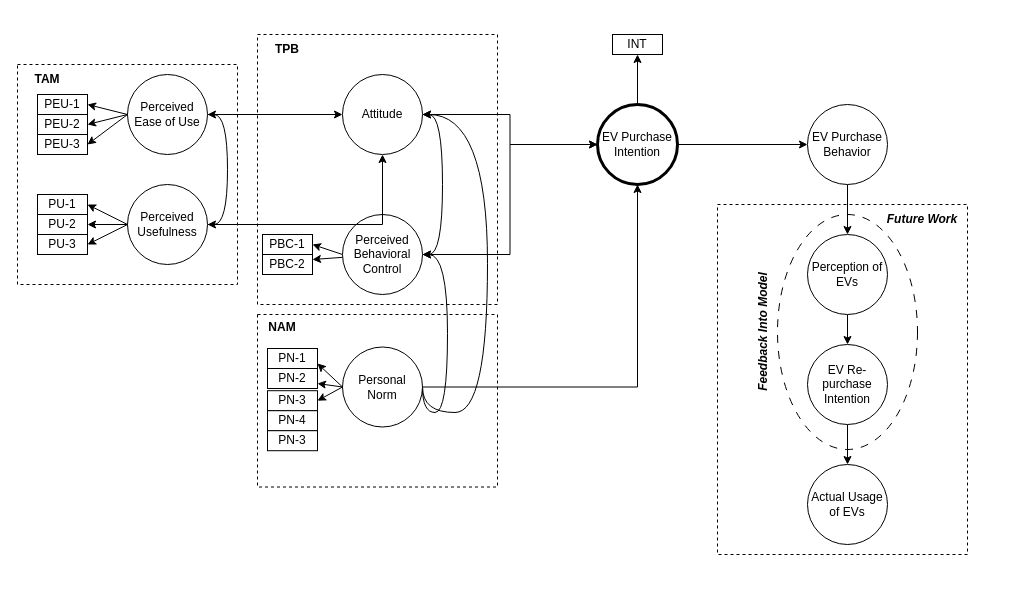
Above: research_framework_2.drawio in ChullEPG/taxi-survey (draw.io), before the change. Source tidied: cells renumbered, new cells numbered last; positions are measured from the earlier drawing's top-left corner, leaving out a move shared by most shapes. Both pictures are drawn from the tidied source at 100%, with x=0, y=0 at pixel (17, 34).
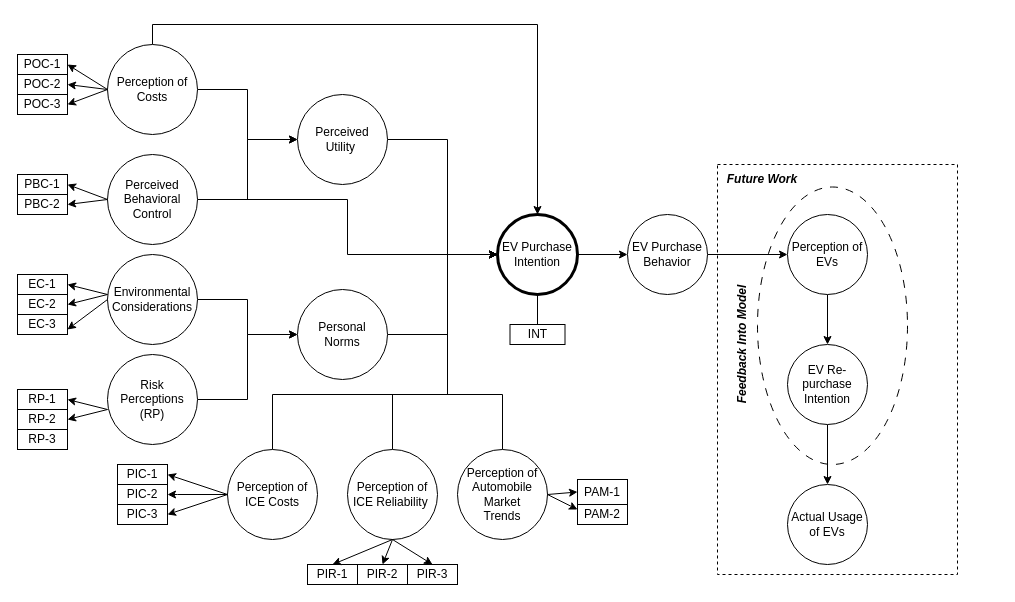
The same page after the edit.

What changed in the source:
```diff
@@
-    <mxCell id="2" style="rounded=0;whiteSpace=wrap;html=1;fillColor=none;dashed=1;" parent="1" vertex="1">
-      <mxGeometry x="240" width="240" height="270" as="geometry" />
-    </mxCell>
-    <mxCell id="3" style="rounded=0;whiteSpace=wrap;html=1;fillColor=none;dashed=1;" parent="1" vertex="1">
-      <mxGeometry y="30" width="220" height="220" as="geometry" />
-    </mxCell>
-    <mxCell id="4" style="rounded=0;whiteSpace=wrap;html=1;fillColor=none;dashed=1;" parent="1" vertex="1">
-      <mxGeometry x="240" y="280" width="240" height="172.5" as="geometry" />
-    </mxCell>
     <mxCell id="5" style="ellipse;whiteSpace=wrap;html=1;dashed=1;dashPattern=8 8;fillColor=none;" parent="1" vertex="1">
-      <mxGeometry x="760" y="180" width="140" height="235" as="geometry" />
+      <mxGeometry x="740" y="152.5" width="150" height="277.5" as="geometry" />
     </mxCell>
     <mxCell id="6" style="whiteSpace=wrap;html=1;fillColor=none;dashed=1;" parent="1" vertex="1">
-      <mxGeometry x="700" y="170" width="250" height="350" as="geometry" />
+      <mxGeometry x="700" y="130" width="240" height="410" as="geometry" />
     </mxCell>
-    <mxCell id="7" style="edgeStyle=orthogonalEdgeStyle;rounded=0;jettySize=auto;html=1;" parent="1" edge="1" source="9" target="30">
-      <mxGeometry relative="1" as="geometry" />
+    <mxCell id="7" style="edgeStyle=orthogonalEdgeStyle;rounded=0;jettySize=auto;html=1;entryX=0;entryY=0.5;entryDx=0;entryDy=0;" parent="1" edge="1" source="9" target="30">
+      <mxGeometry relative="1" as="geometry">
+        <Array as="points">
+          <mxPoint x="430" y="105" />
+          <mxPoint x="430" y="220" />
+        </Array>
+      </mxGeometry>
     </mxCell>
-    <mxCell id="8" style="edgeStyle=orthogonalEdgeStyle;curved=1;rounded=0;jettySize=auto;html=1;exitX=1;exitY=0.5;exitDx=0;exitDy=0;entryX=1;entryY=0.5;entryDx=0;entryDy=0;startArrow=classic;startFill=1;" parent="1" edge="1" source="9" target="11">
-      <mxGeometry relative="1" as="geometry" />
-    </mxCell>
-    <mxCell id="9" value="Attitude" style="ellipse;whiteSpace=wrap;html=1;" parent="1" vertex="1">
-      <mxGeometry x="325" y="40" width="80" height="80" as="geometry" />
+    <mxCell id="9" value="Perceived Utility&amp;nbsp;" style="ellipse;whiteSpace=wrap;html=1;" parent="1" vertex="1">
+      <mxGeometry x="280" y="60" width="90" height="90" as="geometry" />
     </mxCell>
-    <mxCell id="10" style="edgeStyle=orthogonalEdgeStyle;rounded=0;jettySize=auto;html=1;entryX=0;entryY=0.5;entryDx=0;entryDy=0;" parent="1" edge="1" source="11" target="30">
-      <mxGeometry relative="1" as="geometry" />
-    </mxCell>
-    <mxCell id="11" value="Perceived Behavioral Control" style="ellipse;whiteSpace=wrap;html=1;" parent="1" vertex="1">
-      <mxGeometry x="325" y="180" width="80" height="80" as="geometry" />
-    </mxCell>
-    <mxCell id="12" style="edgeStyle=orthogonalEdgeStyle;rounded=0;jettySize=auto;html=1;" parent="1" edge="1" source="15" target="30">
-      <mxGeometry relative="1" as="geometry" />
+    <mxCell id="12" style="edgeStyle=orthogonalEdgeStyle;rounded=0;jettySize=auto;html=1;entryX=0;entryY=0.5;entryDx=0;entryDy=0;" parent="1" edge="1" source="15" target="30">
+      <mxGeometry relative="1" as="geometry">
+        <Array as="points">
+          <mxPoint x="430" y="300" />
+          <mxPoint x="430" y="220" />
+        </Array>
+      </mxGeometry>
     </mxCell>
-    <mxCell id="13" style="edgeStyle=orthogonalEdgeStyle;curved=1;rounded=0;jettySize=auto;html=1;exitX=1;exitY=0.5;exitDx=0;exitDy=0;entryX=1;entryY=0.5;entryDx=0;entryDy=0;" parent="1" edge="1" source="15" target="9">
-      <mxGeometry relative="1" as="geometry">
-        <Array as="points">
-          <mxPoint x="470" y="378" />
-          <mxPoint x="470" y="80" />
-        </Array>
-      </mxGeometry>
-    </mxCell>
-    <mxCell id="14" style="edgeStyle=orthogonalEdgeStyle;curved=1;rounded=0;jettySize=auto;html=1;exitX=1;exitY=0.5;exitDx=0;exitDy=0;entryX=1;entryY=0.5;entryDx=0;entryDy=0;" parent="1" edge="1" source="15" target="11">
-      <mxGeometry relative="1" as="geometry">
-        <Array as="points">
-          <mxPoint x="430" y="378" />
-          <mxPoint x="430" y="220" />
-        </Array>
-      </mxGeometry>
-    </mxCell>
-    <mxCell id="15" value="Personal Norm" style="ellipse;whiteSpace=wrap;html=1;" parent="1" vertex="1">
-      <mxGeometry x="325" y="312.5" width="80" height="80" as="geometry" />
+    <mxCell id="15" value="Personal &lt;br&gt;Norms" style="ellipse;whiteSpace=wrap;html=1;" parent="1" vertex="1">
+      <mxGeometry x="280" y="255" width="90" height="90" as="geometry" />
     </mxCell>
@@
-    <mxCell id="17" style="edgeStyle=orthogonalEdgeStyle;curved=1;rounded=0;jettySize=auto;html=1;exitX=1;exitY=0.5;exitDx=0;exitDy=0;entryX=1;entryY=0.5;entryDx=0;entryDy=0;startArrow=classic;startFill=1;" parent="1" edge="1" source="18" target="41">
-      <mxGeometry relative="1" as="geometry" />
-    </mxCell>
+    <mxCell id="61" style="edgeStyle=orthogonalEdgeStyle;rounded=0;jettySize=auto;html=1;exitX=0.5;exitY=0;exitDx=0;exitDy=0;" parent="1" edge="1" source="18" target="30">
+      <mxGeometry relative="1" as="geometry" />
+    </mxCell>
-    <mxCell id="18" value="Perceived Ease of Use" style="ellipse;whiteSpace=wrap;html=1;" parent="1" vertex="1">
-      <mxGeometry x="110" y="40" width="80" height="80" as="geometry" />
+    <mxCell id="18" value="Perception of Costs" style="ellipse;whiteSpace=wrap;html=1;" parent="1" vertex="1">
+      <mxGeometry x="90" y="10" width="90" height="90" as="geometry" />
     </mxCell>
     <mxCell id="19" value="PBC-1" style="rounded=0;whiteSpace=wrap;html=1;" parent="1" vertex="1">
-      <mxGeometry x="245" y="200" width="50" height="20" as="geometry" />
+      <mxGeometry y="140" width="50" height="20" as="geometry" />
     </mxCell>
     <mxCell id="20" value="PBC-2" style="rounded=0;whiteSpace=wrap;html=1;" parent="1" vertex="1">
-      <mxGeometry x="245" y="220" width="50" height="20" as="geometry" />
+      <mxGeometry y="160" width="50" height="20" as="geometry" />
     </mxCell>
-    <mxCell id="21" value="PN-1" style="rounded=0;whiteSpace=wrap;html=1;" parent="1" vertex="1">
-      <mxGeometry x="250" y="314" width="50" height="20" as="geometry" />
-    </mxCell>
-    <mxCell id="22" value="PN-2" style="rounded=0;whiteSpace=wrap;html=1;" parent="1" vertex="1">
-      <mxGeometry x="250" y="334" width="50" height="20" as="geometry" />
-    </mxCell>
-    <mxCell id="23" value="PN-3" style="rounded=0;whiteSpace=wrap;html=1;" parent="1" vertex="1">
-      <mxGeometry x="250" y="356.2" width="50" height="20" as="geometry" />
-    </mxCell>
-    <mxCell id="24" style="endArrow=classic;html=1;rounded=0;entryX=1;entryY=0.25;entryDx=0;entryDy=0;" parent="1" edge="1" source="11" target="20">
-      <mxGeometry relative="1" as="geometry" />
-    </mxCell>
-    <mxCell id="25" style="endArrow=classic;html=1;rounded=0;entryX=1;entryY=0.5;entryDx=0;entryDy=0;exitX=0;exitY=0.5;exitDx=0;exitDy=0;" parent="1" edge="1" source="11" target="19">
-      <mxGeometry relative="1" as="geometry" />
-    </mxCell>
-    <mxCell id="26" style="endArrow=classic;html=1;rounded=0;entryX=1;entryY=0.75;entryDx=0;entryDy=0;exitX=0;exitY=0.5;exitDx=0;exitDy=0;" parent="1" edge="1" source="15" target="22">
-      <mxGeometry relative="1" as="geometry" />
-    </mxCell>
-    <mxCell id="27" style="endArrow=classic;html=1;rounded=0;entryX=1;entryY=0.75;entryDx=0;entryDy=0;exitX=0;exitY=0.5;exitDx=0;exitDy=0;" parent="1" edge="1" source="15" target="21">
-      <mxGeometry relative="1" as="geometry" />
-    </mxCell>
-    <mxCell id="28" style="endArrow=classic;html=1;rounded=0;exitX=0;exitY=0.5;exitDx=0;exitDy=0;entryX=1;entryY=0.5;entryDx=0;entryDy=0;" parent="1" edge="1" source="15" target="23">
-      <mxGeometry relative="1" as="geometry" />
-    </mxCell>
@@
     <mxCell id="30" value="EV Purchase Intention" style="ellipse;whiteSpace=wrap;html=1;strokeWidth=3;" parent="1" vertex="1">
-      <mxGeometry x="580" y="70" width="80" height="80" as="geometry" />
+      <mxGeometry x="480" y="180" width="80" height="80" as="geometry" />
     </mxCell>
@@
     <mxCell id="32" value="EV Purchase Behavior" style="ellipse;whiteSpace=wrap;html=1;" parent="1" vertex="1">
-      <mxGeometry x="790" y="70" width="80" height="80" as="geometry" />
+      <mxGeometry x="610" y="180" width="80" height="80" as="geometry" />
     </mxCell>
     <mxCell id="33" value="&lt;b&gt;&lt;i&gt;Future Work&lt;/i&gt;&lt;/b&gt;" style="text;strokeColor=none;align=center;fillColor=none;html=1;verticalAlign=middle;whiteSpace=wrap;rounded=0;" parent="1" vertex="1">
-      <mxGeometry x="830" y="170" width="150" height="30" as="geometry" />
+      <mxGeometry x="670" y="130" width="150" height="30" as="geometry" />
     </mxCell>
@@
     <mxCell id="35" value="Perception of EVs" style="ellipse;whiteSpace=wrap;html=1;" parent="1" vertex="1">
-      <mxGeometry x="790" y="200" width="80" height="80" as="geometry" />
+      <mxGeometry x="770" y="180" width="80" height="80" as="geometry" />
     </mxCell>
@@
     <mxCell id="37" value="EV Re-purchase Intention" style="ellipse;whiteSpace=wrap;html=1;" parent="1" vertex="1">
-      <mxGeometry x="790" y="310" width="80" height="80" as="geometry" />
+      <mxGeometry x="770" y="310" width="80" height="80" as="geometry" />
     </mxCell>
     <mxCell id="38" value="Actual Usage of EVs" style="ellipse;whiteSpace=wrap;html=1;" parent="1" vertex="1">
-      <mxGeometry x="790" y="430" width="80" height="80" as="geometry" />
+      <mxGeometry x="770" y="450" width="80" height="80" as="geometry" />
     </mxCell>
     <mxCell id="39" value="&lt;b&gt;&lt;i&gt;Feedback Into Model&lt;/i&gt;&lt;/b&gt;" style="text;strokeColor=none;align=center;fillColor=none;html=1;verticalAlign=middle;whiteSpace=wrap;rounded=0;rotation=-90;" parent="1" vertex="1">
-      <mxGeometry x="670" y="287.5" width="150" height="20" as="geometry" />
+      <mxGeometry x="650" y="300" width="150" height="20" as="geometry" />
     </mxCell>
@@
+    <mxCell id="62" style="edgeStyle=orthogonalEdgeStyle;rounded=0;jettySize=auto;html=1;" parent="1" edge="1" source="41" target="30">
+      <mxGeometry relative="1" as="geometry" />
+    </mxCell>
-    <mxCell id="41" value="Perceived Usefulness" style="ellipse;whiteSpace=wrap;html=1;" parent="1" vertex="1">
-      <mxGeometry x="110" y="150" width="80" height="80" as="geometry" />
+    <mxCell id="41" value="Perceived Behavioral Control" style="ellipse;whiteSpace=wrap;html=1;" parent="1" vertex="1">
+      <mxGeometry x="90" y="120" width="90" height="90" as="geometry" />
     </mxCell>
-    <mxCell id="42" value="PU-2" style="rounded=0;whiteSpace=wrap;html=1;" parent="1" vertex="1">
-      <mxGeometry x="20" y="180" width="50" height="20" as="geometry" />
-    </mxCell>
-    <mxCell id="43" value="PU-3" style="rounded=0;whiteSpace=wrap;html=1;" parent="1" vertex="1">
-      <mxGeometry x="20" y="200" width="50" height="20" as="geometry" />
-    </mxCell>
-    <mxCell id="44" value="PEU-1" style="rounded=0;whiteSpace=wrap;html=1;" parent="1" vertex="1">
-      <mxGeometry x="20" y="60" width="50" height="20" as="geometry" />
+    <mxCell id="44" value="POC-1" style="rounded=0;whiteSpace=wrap;html=1;" parent="1" vertex="1">
+      <mxGeometry y="20" width="50" height="20" as="geometry" />
     </mxCell>
-    <mxCell id="45" value="PEU-2" style="rounded=0;whiteSpace=wrap;html=1;" parent="1" vertex="1">
-      <mxGeometry x="20" y="80" width="50" height="20" as="geometry" />
+    <mxCell id="45" value="POC-2" style="rounded=0;whiteSpace=wrap;html=1;" parent="1" vertex="1">
+      <mxGeometry y="40" width="50" height="20" as="geometry" />
     </mxCell>
-    <mxCell id="46" value="PEU-3" style="rounded=0;whiteSpace=wrap;html=1;" parent="1" vertex="1">
-      <mxGeometry x="20" y="100" width="50" height="20" as="geometry" />
+    <mxCell id="46" value="POC-3" style="rounded=0;whiteSpace=wrap;html=1;" parent="1" vertex="1">
+      <mxGeometry y="60" width="50" height="20" as="geometry" />
     </mxCell>
@@
-    <mxCell id="49" style="endArrow=classic;html=1;rounded=0;exitX=0;exitY=0.5;exitDx=0;exitDy=0;entryX=1;entryY=0.5;entryDx=0;entryDy=0;" parent="1" edge="1" source="41" target="42">
+    <mxCell id="49" style="endArrow=classic;html=1;rounded=0;exitX=0;exitY=0.5;exitDx=0;exitDy=0;entryX=1;entryY=0.5;entryDx=0;entryDy=0;" parent="1" edge="1" source="41" target="20">
       <mxGeometry relative="1" as="geometry" />
     </mxCell>
-    <mxCell id="50" style="endArrow=classic;html=1;rounded=0;exitX=0;exitY=0.5;exitDx=0;exitDy=0;entryX=1;entryY=0.5;entryDx=0;entryDy=0;" parent="1" edge="1" source="41" target="43">
-      <mxGeometry relative="1" as="geometry" />
-    </mxCell>
-    <mxCell id="51" value="&lt;b&gt;TPB&lt;/b&gt;" style="text;strokeColor=none;align=center;fillColor=none;html=1;verticalAlign=middle;whiteSpace=wrap;rounded=0;" parent="1" vertex="1">
-      <mxGeometry x="240" width="60" height="30" as="geometry" />
-    </mxCell>
-    <mxCell id="52" value="&lt;b&gt;TAM&lt;/b&gt;" style="text;strokeColor=none;align=center;fillColor=none;html=1;verticalAlign=middle;whiteSpace=wrap;rounded=0;" parent="1" vertex="1">
-      <mxGeometry y="30" width="60" height="30" as="geometry" />
-    </mxCell>
-    <mxCell id="53" value="&lt;b&gt;NAM&lt;/b&gt;" style="text;strokeColor=none;align=center;fillColor=none;html=1;verticalAlign=middle;whiteSpace=wrap;rounded=0;" parent="1" vertex="1">
-      <mxGeometry x="235" y="277.5" width="60" height="30" as="geometry" />
-    </mxCell>
-    <mxCell id="54" value="PN-4" style="rounded=0;whiteSpace=wrap;html=1;" parent="1" vertex="1">
-      <mxGeometry x="250" y="376.2" width="50" height="20" as="geometry" />
-    </mxCell>
-    <mxCell id="55" value="PN-3" style="rounded=0;whiteSpace=wrap;html=1;" parent="1" vertex="1">
-      <mxGeometry x="250" y="396.2" width="50" height="20" as="geometry" />
-    </mxCell>
@@
-    <mxCell id="57" style="endArrow=classic;html=1;rounded=0;exitX=0.5;exitY=0;exitDx=0;exitDy=0;" parent="1" edge="1" source="30">
-      <mxGeometry relative="1" as="geometry">
-        <mxPoint x="620" y="20" as="targetPoint" />
-      </mxGeometry>
+    <mxCell id="57" style="endArrow=classic;html=1;rounded=0;exitX=0.5;exitY=1;exitDx=0;exitDy=0;entryX=0.5;entryY=1;entryDx=0;entryDy=0;" parent="1" edge="1" source="30" target="58">
+      <mxGeometry relative="1" as="geometry" />
     </mxCell>
     <mxCell id="58" value="INT" style="rounded=0;whiteSpace=wrap;html=1;" parent="1" vertex="1">
-      <mxGeometry x="595" width="50" height="20" as="geometry" />
+      <mxGeometry x="492.5" y="290" width="55" height="20" as="geometry" />
     </mxCell>
-    <mxCell id="59" value="PU-1" style="rounded=0;whiteSpace=wrap;html=1;" parent="1" vertex="1">
-      <mxGeometry x="20" y="160" width="50" height="20" as="geometry" />
-    </mxCell>
-    <mxCell id="60" style="endArrow=classic;html=1;rounded=0;exitX=0;exitY=0.5;exitDx=0;exitDy=0;entryX=1;entryY=0.5;entryDx=0;entryDy=0;" parent="1" edge="1" source="41" target="59">
+    <mxCell id="60" style="endArrow=classic;html=1;rounded=0;exitX=0;exitY=0.5;exitDx=0;exitDy=0;entryX=1;entryY=0.5;entryDx=0;entryDy=0;" parent="1" edge="1" source="41" target="19">
       <mxGeometry relative="1" as="geometry" />
     </mxCell>
+    <mxCell id="63" style="edgeStyle=orthogonalEdgeStyle;rounded=0;jettySize=auto;html=1;entryX=0;entryY=0.5;entryDx=0;entryDy=0;" parent="1" edge="1" source="64" target="15">
+      <mxGeometry relative="1" as="geometry" />
+    </mxCell>
+    <mxCell id="64" value="Environmental Considerations" style="ellipse;whiteSpace=wrap;html=1;" parent="1" vertex="1">
+      <mxGeometry x="90" y="220" width="90" height="90" as="geometry" />
+    </mxCell>
+    <mxCell id="65" style="edgeStyle=orthogonalEdgeStyle;rounded=0;jettySize=auto;html=1;entryX=0;entryY=0.5;entryDx=0;entryDy=0;" parent="1" edge="1" source="66" target="15">
+      <mxGeometry relative="1" as="geometry" />
+    </mxCell>
+    <mxCell id="66" value="Risk Perceptions (RP)" style="ellipse;whiteSpace=wrap;html=1;" parent="1" vertex="1">
+      <mxGeometry x="90" y="320" width="90" height="90" as="geometry" />
+    </mxCell>
+    <mxCell id="67" value="EC-1" style="rounded=0;whiteSpace=wrap;html=1;" parent="1" vertex="1">
+      <mxGeometry y="240" width="50" height="20" as="geometry" />
+    </mxCell>
+    <mxCell id="68" value="EC-2" style="rounded=0;whiteSpace=wrap;html=1;" parent="1" vertex="1">
+      <mxGeometry y="260" width="50" height="20" as="geometry" />
+    </mxCell>
+    <mxCell id="69" style="endArrow=classic;html=1;rounded=0;exitX=0;exitY=0.5;exitDx=0;exitDy=0;entryX=1;entryY=0.5;entryDx=0;entryDy=0;" parent="1" edge="1" target="68">
+      <mxGeometry relative="1" as="geometry">
+        <mxPoint x="90" y="260" as="sourcePoint" />
+      </mxGeometry>
+    </mxCell>
+    <mxCell id="70" style="endArrow=classic;html=1;rounded=0;exitX=0;exitY=0.5;exitDx=0;exitDy=0;entryX=1;entryY=0.5;entryDx=0;entryDy=0;" parent="1" edge="1" target="67">
+      <mxGeometry relative="1" as="geometry">
+        <mxPoint x="90" y="260" as="sourcePoint" />
+      </mxGeometry>
+    </mxCell>
+    <mxCell id="71" value="RP-1" style="rounded=0;whiteSpace=wrap;html=1;" parent="1" vertex="1">
+      <mxGeometry y="355" width="50" height="20" as="geometry" />
+    </mxCell>
+    <mxCell id="72" value="RP-2" style="rounded=0;whiteSpace=wrap;html=1;" parent="1" vertex="1">
+      <mxGeometry y="375" width="50" height="20" as="geometry" />
+    </mxCell>
+    <mxCell id="73" style="endArrow=classic;html=1;rounded=0;exitX=0;exitY=0.5;exitDx=0;exitDy=0;entryX=1;entryY=0.5;entryDx=0;entryDy=0;" parent="1" edge="1" target="72">
+      <mxGeometry relative="1" as="geometry">
+        <mxPoint x="90" y="375" as="sourcePoint" />
+      </mxGeometry>
+    </mxCell>
+    <mxCell id="74" style="endArrow=classic;html=1;rounded=0;exitX=0;exitY=0.5;exitDx=0;exitDy=0;entryX=1;entryY=0.5;entryDx=0;entryDy=0;" parent="1" edge="1" target="71">
+      <mxGeometry relative="1" as="geometry">
+        <mxPoint x="90" y="375" as="sourcePoint" />
+      </mxGeometry>
+    </mxCell>
+    <mxCell id="75" value="EC-3" style="rounded=0;whiteSpace=wrap;html=1;" parent="1" vertex="1">
+      <mxGeometry y="280" width="50" height="20" as="geometry" />
+    </mxCell>
+    <mxCell id="76" style="endArrow=classic;html=1;rounded=0;exitX=0;exitY=0.5;exitDx=0;exitDy=0;entryX=1;entryY=0.75;entryDx=0;entryDy=0;" parent="1" edge="1" source="64" target="75">
+      <mxGeometry relative="1" as="geometry" />
+    </mxCell>
+    <mxCell id="77" style="edgeStyle=orthogonalEdgeStyle;rounded=0;jettySize=auto;html=1;entryX=0;entryY=0.5;entryDx=0;entryDy=0;" parent="1" edge="1" source="78" target="30">
+      <mxGeometry relative="1" as="geometry">
+        <Array as="points">
+          <mxPoint x="485" y="360" />
+          <mxPoint x="430" y="360" />
+          <mxPoint x="430" y="220" />
+        </Array>
+      </mxGeometry>
+    </mxCell>
+    <mxCell id="78" value="Perception of Automobile Market &lt;br&gt;Trends" style="ellipse;whiteSpace=wrap;html=1;" parent="1" vertex="1">
+      <mxGeometry x="440" y="415" width="90" height="90" as="geometry" />
+    </mxCell>
+    <mxCell id="79" style="edgeStyle=orthogonalEdgeStyle;rounded=0;jettySize=auto;html=1;entryX=0;entryY=0.5;entryDx=0;entryDy=0;" parent="1" edge="1" source="80" target="30">
+      <mxGeometry relative="1" as="geometry">
+        <Array as="points">
+          <mxPoint x="375" y="360" />
+          <mxPoint x="430" y="360" />
+          <mxPoint x="430" y="220" />
+        </Array>
+      </mxGeometry>
+    </mxCell>
+    <mxCell id="80" value="Perception of ICE Reliability&amp;nbsp;" style="ellipse;whiteSpace=wrap;html=1;" parent="1" vertex="1">
+      <mxGeometry x="330" y="415" width="90" height="90" as="geometry" />
+    </mxCell>
+    <mxCell id="81" style="edgeStyle=orthogonalEdgeStyle;rounded=0;jettySize=auto;html=1;" parent="1" edge="1" source="82">
+      <mxGeometry relative="1" as="geometry">
+        <mxPoint x="480" y="220" as="targetPoint" />
+        <Array as="points">
+          <mxPoint x="255" y="360" />
+          <mxPoint x="430" y="360" />
+          <mxPoint x="430" y="220" />
+        </Array>
+      </mxGeometry>
+    </mxCell>
+    <mxCell id="82" value="Perception of ICE Costs" style="ellipse;whiteSpace=wrap;html=1;" parent="1" vertex="1">
+      <mxGeometry x="210" y="415" width="90" height="90" as="geometry" />
+    </mxCell>
+    <mxCell id="83" value="PIC-2" style="rounded=0;whiteSpace=wrap;html=1;" parent="1" vertex="1">
+      <mxGeometry x="100" y="450" width="50" height="20" as="geometry" />
+    </mxCell>
+    <mxCell id="84" value="PIC-1" style="rounded=0;whiteSpace=wrap;html=1;" parent="1" vertex="1">
+      <mxGeometry x="100" y="430" width="50" height="20" as="geometry" />
+    </mxCell>
+    <mxCell id="85" style="endArrow=classic;html=1;rounded=0;exitX=0;exitY=0.5;exitDx=0;exitDy=0;" parent="1" edge="1" source="82">
+      <mxGeometry relative="1" as="geometry">
+        <mxPoint x="150" y="460" as="targetPoint" />
+        <Array as="points">
+          <mxPoint x="160" y="460" />
+        </Array>
+      </mxGeometry>
+    </mxCell>
+    <mxCell id="86" style="endArrow=classic;html=1;rounded=0;exitX=0;exitY=0.5;exitDx=0;exitDy=0;" parent="1" edge="1" source="82">
+      <mxGeometry relative="1" as="geometry">
+        <mxPoint x="150" y="440" as="targetPoint" />
+      </mxGeometry>
+    </mxCell>
+    <mxCell id="87" value="PIC-3" style="rounded=0;whiteSpace=wrap;html=1;" parent="1" vertex="1">
+      <mxGeometry x="100" y="470" width="50" height="20" as="geometry" />
+    </mxCell>
+    <mxCell id="88" style="endArrow=classic;html=1;rounded=0;entryX=1;entryY=0.5;entryDx=0;entryDy=0;" parent="1" edge="1" target="87">
+      <mxGeometry relative="1" as="geometry">
+        <mxPoint x="210" y="460" as="sourcePoint" />
+      </mxGeometry>
+    </mxCell>
+    <mxCell id="89" value="PIR-2" style="rounded=0;whiteSpace=wrap;html=1;" parent="1" vertex="1">
+      <mxGeometry x="340" y="530" width="50" height="20" as="geometry" />
+    </mxCell>
+    <mxCell id="90" value="PIR-1" style="rounded=0;whiteSpace=wrap;html=1;" parent="1" vertex="1">
+      <mxGeometry x="290" y="530" width="50" height="20" as="geometry" />
+    </mxCell>
+    <mxCell id="91" value="PIR-3" style="rounded=0;whiteSpace=wrap;html=1;" parent="1" vertex="1">
+      <mxGeometry x="390" y="530" width="50" height="20" as="geometry" />
+    </mxCell>
+    <mxCell id="92" style="endArrow=classic;html=1;rounded=0;exitX=0.5;exitY=1;exitDx=0;exitDy=0;entryX=0.5;entryY=0;entryDx=0;entryDy=0;" parent="1" edge="1" source="80" target="91">
+      <mxGeometry relative="1" as="geometry" />
+    </mxCell>
+    <mxCell id="93" style="endArrow=classic;html=1;rounded=0;entryX=0.5;entryY=0;entryDx=0;entryDy=0;exitX=0.5;exitY=1;exitDx=0;exitDy=0;" parent="1" edge="1" source="80" target="89">
+      <mxGeometry relative="1" as="geometry" />
+    </mxCell>
+    <mxCell id="94" style="endArrow=classic;html=1;rounded=0;exitX=0.5;exitY=1;exitDx=0;exitDy=0;entryX=0.5;entryY=0;entryDx=0;entryDy=0;" parent="1" edge="1" source="80" target="90">
+      <mxGeometry relative="1" as="geometry" />
+    </mxCell>
+    <mxCell id="95" value="PAM-2" style="rounded=0;whiteSpace=wrap;html=1;" parent="1" vertex="1">
+      <mxGeometry x="560" y="470" width="50" height="20" as="geometry" />
+    </mxCell>
+    <mxCell id="96" value="PAM-1" style="rounded=0;whiteSpace=wrap;html=1;" parent="1" vertex="1">
+      <mxGeometry x="560" y="445" width="50" height="25" as="geometry" />
+    </mxCell>
+    <mxCell id="97" style="endArrow=classic;html=1;rounded=0;entryX=0;entryY=0.25;entryDx=0;entryDy=0;" parent="1" edge="1" target="95">
+      <mxGeometry relative="1" as="geometry">
+        <mxPoint x="530" y="460" as="sourcePoint" />
+      </mxGeometry>
+    </mxCell>
+    <mxCell id="98" style="endArrow=classic;html=1;rounded=0;exitX=1;exitY=0.5;exitDx=0;exitDy=0;entryX=0;entryY=0.5;entryDx=0;entryDy=0;" parent="1" edge="1" source="78" target="96">
+      <mxGeometry relative="1" as="geometry" />
+    </mxCell>
+    <mxCell id="99" value="RP-3" style="rounded=0;whiteSpace=wrap;html=1;" parent="1" vertex="1">
+      <mxGeometry y="395" width="50" height="20" as="geometry" />
+    </mxCell>
```
